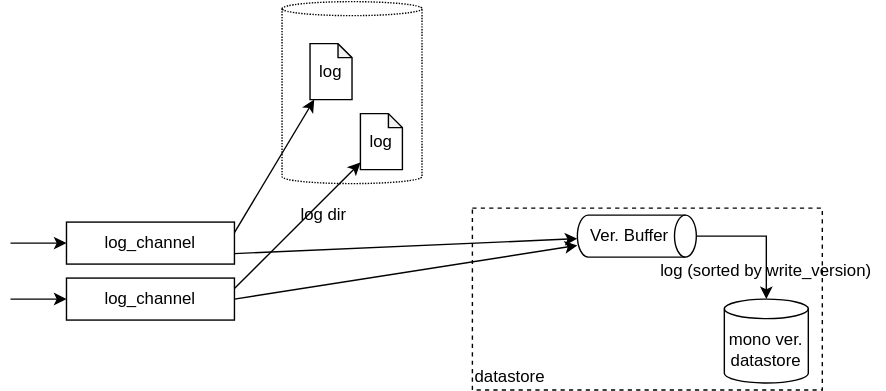
Before: docs/sync-process-push.drawio.svg, a diagram exported from draw.io (project-tsurugi/limestone). Source tidied: cells renumbered, new cells last; positions are measured from the earlier drawing's top-left corner, leaving out a move shared by most shapes.
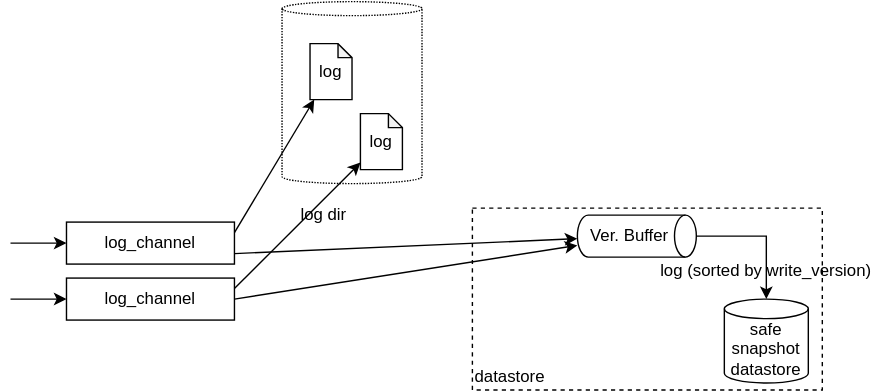
After the commit.

What changed in the source:
```diff
@@ -17,7 +17,7 @@
     <mxCell id="6" style="endArrow=classic;html=1;rounded=0;strokeWidth=1;exitX=1;exitY=0.75;exitDx=0;exitDy=0;" parent="1" edge="1" source="12" target="10">
       <mxGeometry relative="1" as="geometry" />
     </mxCell>
-    <mxCell id="7" value="mono ver.&lt;br&gt;datastore" style="shape=cylinder3;whiteSpace=wrap;html=1;boundedLbl=1;backgroundOutline=1;size=7;strokeWidth=1;" parent="1" vertex="1">
+    <mxCell id="7" value="safe snapshot&lt;br&gt;datastore" style="shape=cylinder3;whiteSpace=wrap;html=1;boundedLbl=1;backgroundOutline=1;size=7;strokeWidth=1;" parent="1" vertex="1">
       <mxGeometry x="510" y="213" width="60" height="60" as="geometry" />
     </mxCell>
     <mxCell id="8" value="log (sorted by write_version)" style="text;html=1;strokeColor=none;fillColor=none;align=center;verticalAlign=middle;whiteSpace=wrap;rounded=0;" parent="1" vertex="1">
```
